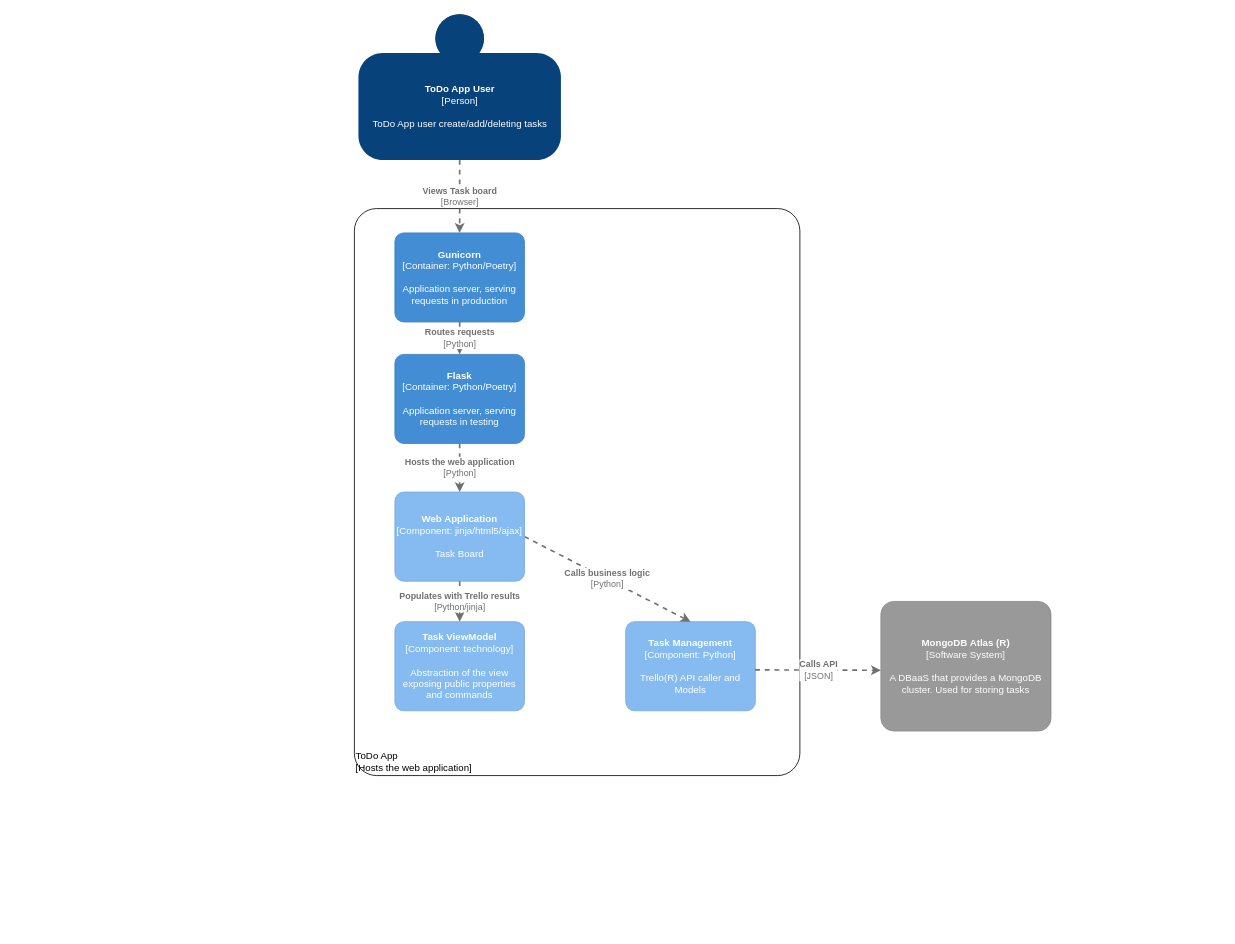
Earlier version of the draw.io diagram page "Component" (3 of 4) of C4-Architecture-diagram.drawio (gmoraita/DevOps-Course-Starter). Source tidied: cells renumbered, new cells numbered last; positions are measured from the earlier drawing's top-left corner, leaving out a move shared by most shapes. Both pictures are drawn from the tidied source at 81%, with x=0, y=0 at pixel (354, 14).
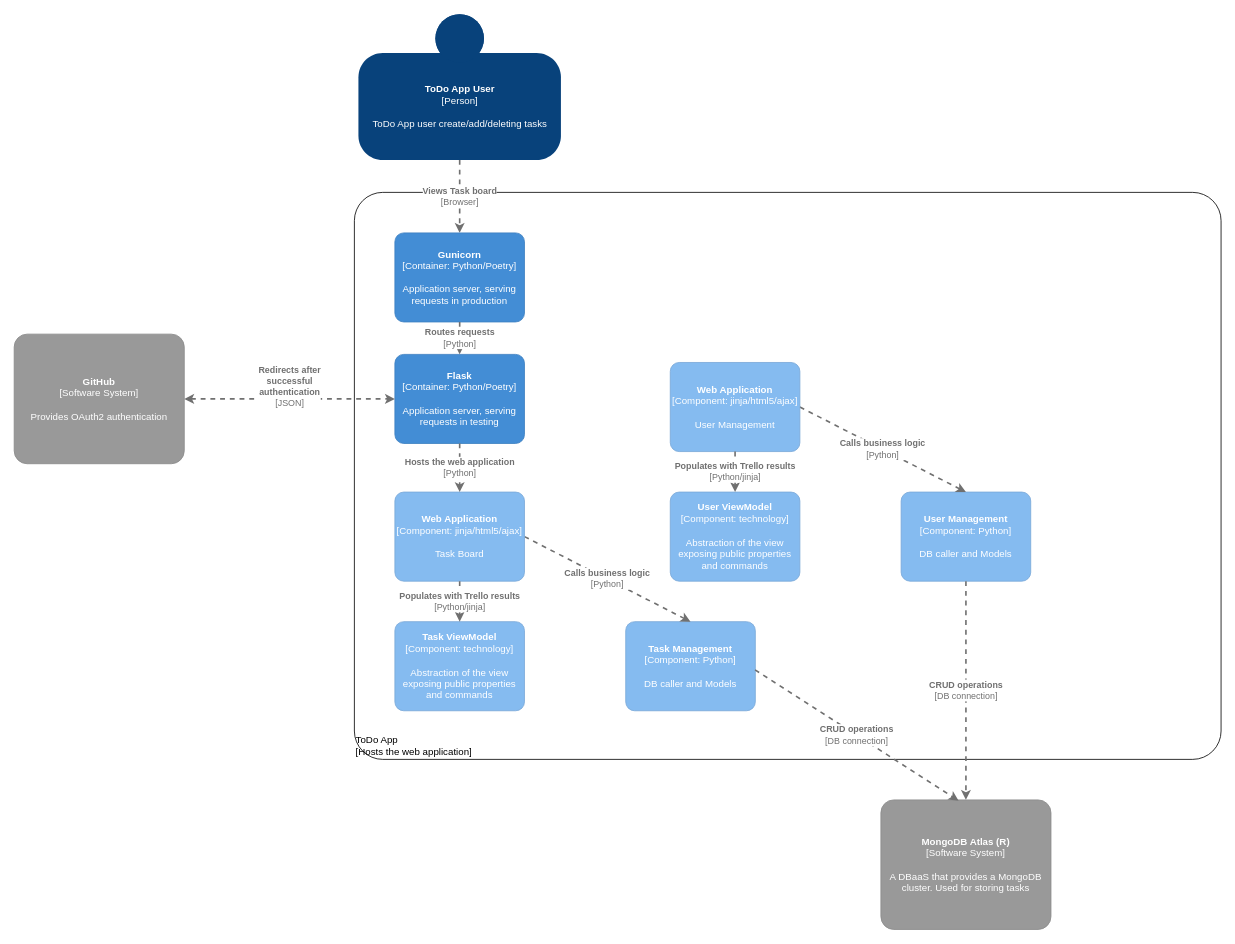
After the change.

Diff of the diagram source:
```diff
@@
     <object id="3" label="&lt;b&gt;%c4Name%&lt;/b&gt;&lt;div&gt;[%c4Type%]&lt;/div&gt;&lt;br&gt;&lt;div&gt;%c4Description%&lt;/div&gt;" c4Description="A DBaaS that provides a MongoDB cluster. Used for storing tasks" c4Name="MongoDB Atlas (R)" c4Type="Software System" placeholders="1">
       <mxCell style="rounded=1;whiteSpace=wrap;html=1;labelBackgroundColor=none;fillColor=#999999;fontColor=#ffffff;align=center;arcSize=10;strokeColor=#8A8A8A;metaData={&quot;c4Type&quot;:{&quot;editable&quot;:false}};points=[[0.25,0,0],[0.5,0,0],[0.75,0,0],[1,0.25,0],[1,0.5,0],[1,0.75,0],[0.75,1,0],[0.5,1,0],[0.25,1,0],[0,0.75,0],[0,0.5,0],[0,0.25,0]];" parent="1" vertex="1">
-        <mxGeometry x="650" y="725" width="210" height="160" as="geometry" />
+        <mxGeometry x="650" y="970" width="210" height="160" as="geometry" />
       </mxCell>
     </object>
     <object id="4" label="&lt;div style=&quot;text-align: left&quot;&gt;%c4Name%&lt;/div&gt;&lt;div style=&quot;text-align: left&quot;&gt;[%c4Application%]&lt;/div&gt;" c4Application="Hosts the web application" c4Name="ToDo App" placeholders="1">
       <mxCell style="rounded=1;whiteSpace=wrap;html=1;labelBackgroundColor=none;fillColor=#ffffff;fontColor=#000000;align=left;arcSize=5;strokeColor=#000000;verticalAlign=bottom;metaData={&quot;c4Type&quot;:{&quot;editable&quot;:false}};" parent="1" vertex="1">
-        <mxGeometry y="240" width="550" height="700" as="geometry" />
+        <mxGeometry y="220" width="1070" height="700" as="geometry" />
       </mxCell>
     </object>
@@
-    <object id="6" label="&lt;b&gt;%c4Name%&lt;/b&gt;&lt;div&gt;[%c4Type%: %c4Technology%]&lt;/div&gt;&lt;br&gt;&lt;div&gt;%c4Description%&lt;/div&gt;" c4Description="Trello(R) API caller and Models" c4Name="Task Management" c4Technology="Python" c4Type="Component" placeholders="1">
+    <object id="6" label="&lt;b&gt;%c4Name%&lt;/b&gt;&lt;div&gt;[%c4Type%: %c4Technology%]&lt;/div&gt;&lt;br&gt;&lt;div&gt;%c4Description%&lt;/div&gt;" c4Description="DB caller and Models" c4Name="Task Management" c4Technology="Python" c4Type="Component" placeholders="1">
       <mxCell style="rounded=1;whiteSpace=wrap;html=1;labelBackgroundColor=none;fillColor=#85BBF0;fontColor=#ffffff;align=center;arcSize=10;strokeColor=#78A8D8;metaData={&quot;c4Type&quot;:{&quot;editable&quot;:false}};points=[[0.25,0,0],[0.5,0,0],[0.75,0,0],[1,0.25,0],[1,0.5,0],[1,0.75,0],[0.75,1,0],[0.5,1,0],[0.25,1,0],[0,0.75,0],[0,0.5,0],[0,0.25,0]];" parent="1" vertex="1">
         <mxGeometry x="335" y="750" width="160" height="110" as="geometry" />
       </mxCell>
     </object>
-    <object id="7" label="&lt;div style=&quot;text-align: left&quot;&gt;&lt;div style=&quot;text-align: center&quot;&gt;&lt;b&gt;%c4Description%&lt;/b&gt;&lt;/div&gt;&lt;div style=&quot;text-align: center&quot;&gt;[%c4Technology%]&lt;/div&gt;&lt;/div&gt;" c4Description="Calls API" c4Technology="JSON" placeholders="1">
-      <mxCell style="edgeStyle=none;rounded=0;html=1;jettySize=auto;strokeColor=#707070;strokeWidth=2;fontColor=#707070;jumpStyle=none;dashed=1;metaData={&quot;c4Type&quot;:{&quot;editable&quot;:false}};startArrow=none;startFill=0;entryX=0;entryY=0.531;entryDx=0;entryDy=0;entryPerimeter=0;exitX=0.998;exitY=0.541;exitDx=0;exitDy=0;exitPerimeter=0;" parent="1" edge="1" source="6" target="3">
+    <object id="7" label="&lt;div style=&quot;text-align: left&quot;&gt;&lt;div style=&quot;text-align: center&quot;&gt;&lt;b&gt;%c4Description%&lt;/b&gt;&lt;/div&gt;&lt;div style=&quot;text-align: center&quot;&gt;[%c4Technology%]&lt;/div&gt;&lt;/div&gt;" c4Description="CRUD operations" c4Technology="DB connection" placeholders="1">
+      <mxCell style="edgeStyle=none;rounded=0;html=1;jettySize=auto;strokeColor=#707070;strokeWidth=2;fontColor=#707070;jumpStyle=none;dashed=1;metaData={&quot;c4Type&quot;:{&quot;editable&quot;:false}};startArrow=none;startFill=0;entryX=0.457;entryY=0.006;entryDx=0;entryDy=0;entryPerimeter=0;exitX=0.998;exitY=0.541;exitDx=0;exitDy=0;exitPerimeter=0;" parent="1" edge="1" source="6" target="3">
         <mxGeometry relative="1" as="geometry" />
       </mxCell>
     </object>
@@
+    <object id="16" label="&lt;b&gt;%c4Name%&lt;/b&gt;&lt;div&gt;[%c4Type%]&lt;/div&gt;&lt;br&gt;&lt;div&gt;%c4Description%&lt;/div&gt;" c4Description="Provides OAuth2 authentication" c4Name="GitHub" c4Type="Software System" placeholders="1">
+      <mxCell style="rounded=1;whiteSpace=wrap;html=1;labelBackgroundColor=none;fillColor=#999999;fontColor=#ffffff;align=center;arcSize=10;strokeColor=#8A8A8A;metaData={&quot;c4Type&quot;:{&quot;editable&quot;:false}};points=[[0.25,0,0],[0.5,0,0],[0.75,0,0],[1,0.25,0],[1,0.5,0],[1,0.75,0],[0.75,1,0],[0.5,1,0],[0.25,1,0],[0,0.75,0],[0,0.5,0],[0,0.25,0]];" parent="1" vertex="1">
+        <mxGeometry x="-420" y="395" width="210" height="160" as="geometry" />
+      </mxCell>
+    </object>
+    <object id="17" label="&lt;div style=&quot;text-align: left&quot;&gt;&lt;div style=&quot;text-align: center&quot;&gt;&lt;b&gt;%c4Description%&lt;/b&gt;&lt;/div&gt;&lt;div style=&quot;text-align: center&quot;&gt;[%c4Technology%]&lt;/div&gt;&lt;/div&gt;" c4Description="Redirects after&#10;successful&#10;authentication" c4Technology="JSON" placeholders="1">
+      <mxCell style="edgeStyle=none;rounded=0;html=1;jettySize=auto;strokeColor=#707070;strokeWidth=2;fontColor=#707070;jumpStyle=none;dashed=1;metaData={&quot;c4Type&quot;:{&quot;editable&quot;:false}};startArrow=classic;startFill=1;exitX=1;exitY=0.5;exitDx=0;exitDy=0;exitPerimeter=0;entryX=0;entryY=0.5;entryDx=0;entryDy=0;entryPerimeter=0;" parent="1" edge="1" source="16">
+        <mxGeometry y="15" relative="1" as="geometry">
+          <mxPoint x="50" y="475" as="targetPoint" />
+        </mxGeometry>
+      </mxCell>
+    </object>
+    <object id="18" label="&lt;b&gt;%c4Name%&lt;/b&gt;&lt;div&gt;[%c4Type%: %c4Technology%]&lt;/div&gt;&lt;br&gt;&lt;div&gt;%c4Description%&lt;/div&gt;" c4Description="Abstraction of the view exposing public properties and commands" c4Name="User ViewModel" c4Technology="technology" c4Type="Component" placeholders="1">
+      <mxCell style="rounded=1;whiteSpace=wrap;html=1;labelBackgroundColor=none;fillColor=#85BBF0;fontColor=#ffffff;align=center;arcSize=10;strokeColor=#78A8D8;metaData={&quot;c4Type&quot;:{&quot;editable&quot;:false}};points=[[0.25,0,0],[0.5,0,0],[0.75,0,0],[1,0.25,0],[1,0.5,0],[1,0.75,0],[0.75,1,0],[0.5,1,0],[0.25,1,0],[0,0.75,0],[0,0.5,0],[0,0.25,0]];" parent="1" vertex="1">
+        <mxGeometry x="390" y="590" width="160" height="110" as="geometry" />
+      </mxCell>
+    </object>
+    <object id="19" label="&lt;b&gt;%c4Name%&lt;/b&gt;&lt;div&gt;[%c4Type%: %c4Technology%]&lt;/div&gt;&lt;br&gt;&lt;div&gt;%c4Description%&lt;/div&gt;" c4Description="DB caller and Models" c4Name="User Management" c4Technology="Python" c4Type="Component" placeholders="1">
+      <mxCell style="rounded=1;whiteSpace=wrap;html=1;labelBackgroundColor=none;fillColor=#85BBF0;fontColor=#ffffff;align=center;arcSize=10;strokeColor=#78A8D8;metaData={&quot;c4Type&quot;:{&quot;editable&quot;:false}};points=[[0.25,0,0],[0.5,0,0],[0.75,0,0],[1,0.25,0],[1,0.5,0],[1,0.75,0],[0.75,1,0],[0.5,1,0],[0.25,1,0],[0,0.75,0],[0,0.5,0],[0,0.25,0]];" parent="1" vertex="1">
+        <mxGeometry x="675" y="590" width="160" height="110" as="geometry" />
+      </mxCell>
+    </object>
+    <object id="20" label="&lt;div style=&quot;text-align: left&quot;&gt;&lt;div style=&quot;text-align: center&quot;&gt;&lt;b&gt;%c4Description%&lt;/b&gt;&lt;/div&gt;&lt;div style=&quot;text-align: center&quot;&gt;[%c4Technology%]&lt;/div&gt;&lt;/div&gt;" c4Description="CRUD operations" c4Technology="DB connection" placeholders="1">
+      <mxCell style="edgeStyle=none;rounded=0;html=1;jettySize=auto;strokeColor=#707070;strokeWidth=2;fontColor=#707070;jumpStyle=none;dashed=1;metaData={&quot;c4Type&quot;:{&quot;editable&quot;:false}};startArrow=none;startFill=0;entryX=0.5;entryY=0;entryDx=0;entryDy=0;entryPerimeter=0;exitX=0.5;exitY=1;exitDx=0;exitDy=0;exitPerimeter=0;" parent="1" edge="1" source="19" target="3">
+        <mxGeometry relative="1" as="geometry" />
+      </mxCell>
+    </object>
+    <object id="21" label="&lt;div style=&quot;text-align: left&quot;&gt;&lt;div style=&quot;text-align: center&quot;&gt;&lt;b&gt;%c4Description%&lt;/b&gt;&lt;/div&gt;&lt;div style=&quot;text-align: center&quot;&gt;[%c4Technology%]&lt;/div&gt;&lt;/div&gt;" c4Description="Calls business logic" c4Technology="Python" placeholders="1">
+      <mxCell style="edgeStyle=none;rounded=0;html=1;jettySize=auto;strokeColor=#707070;strokeWidth=2;fontColor=#707070;jumpStyle=none;dashed=1;metaData={&quot;c4Type&quot;:{&quot;editable&quot;:false}};startArrow=none;startFill=0;entryX=0.5;entryY=0;entryDx=0;entryDy=0;entryPerimeter=0;exitX=1;exitY=0.5;exitDx=0;exitDy=0;exitPerimeter=0;" parent="1" edge="1" source="22" target="19">
+        <mxGeometry relative="1" as="geometry" />
+      </mxCell>
+    </object>
+    <object id="22" label="&lt;b&gt;%c4Name%&lt;/b&gt;&lt;div&gt;[%c4Type%: %c4Technology%]&lt;/div&gt;&lt;br&gt;&lt;div&gt;%c4Description%&lt;/div&gt;" c4Description="User Management" c4Name="Web Application" c4Technology="jinja/html5/ajax" c4Type="Component" placeholders="1">
+      <mxCell style="rounded=1;whiteSpace=wrap;html=1;labelBackgroundColor=none;fillColor=#85BBF0;fontColor=#ffffff;align=center;arcSize=10;strokeColor=#78A8D8;metaData={&quot;c4Type&quot;:{&quot;editable&quot;:false}};points=[[0.25,0,0],[0.5,0,0],[0.75,0,0],[1,0.25,0],[1,0.5,0],[1,0.75,0],[0.75,1,0],[0.5,1,0],[0.25,1,0],[0,0.75,0],[0,0.5,0],[0,0.25,0]];" parent="1" vertex="1">
+        <mxGeometry x="390" y="430" width="160" height="110" as="geometry" />
+      </mxCell>
+    </object>
+    <object id="23" label="&lt;div style=&quot;text-align: left&quot;&gt;&lt;div style=&quot;text-align: center&quot;&gt;&lt;b&gt;%c4Description%&lt;/b&gt;&lt;/div&gt;&lt;div style=&quot;text-align: center&quot;&gt;[%c4Technology%]&lt;/div&gt;&lt;/div&gt;" c4Description="Populates with Trello results" c4Technology="Python/jinja" placeholders="1">
+      <mxCell style="edgeStyle=none;rounded=0;html=1;entryX=0.5;entryY=0;jettySize=auto;strokeColor=#707070;strokeWidth=2;fontColor=#707070;jumpStyle=none;dashed=1;metaData={&quot;c4Type&quot;:{&quot;editable&quot;:false}};startArrow=none;startFill=0;exitX=0.5;exitY=1;exitDx=0;exitDy=0;exitPerimeter=0;entryDx=0;entryDy=0;entryPerimeter=0;" parent="1" edge="1" source="22" target="18">
+        <mxGeometry relative="1" as="geometry" />
+      </mxCell>
+    </object>
```
